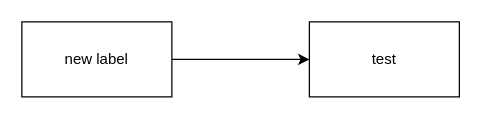
Earlier version of the draw.io diagram page "Page-1" (1 of 2) of paging-test-1 copy 46.drawio (alderg/sandbox). Source tidied: cells renumbered, new cells numbered last; positions are measured from the earlier drawing's top-left corner, leaving out a move shared by most shapes. Both pictures are drawn from the tidied source at 125%, with x=0, y=0 at pixel (21, 21).
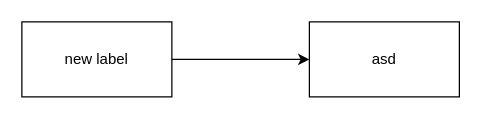
The same page after the edit.

What changed in the source:
```diff
@@
 <mxGraphModel>
   <root>
     <mxCell id="0" />
     <mxCell id="1" parent="0" />
     <mxCell id="2" style="edgeStyle=orthogonalEdgeStyle;rounded=0;jettySize=auto;html=1;" parent="1" edge="1" source="3" target="4">
       <mxGeometry relative="1" as="geometry" />
     </mxCell>
     <mxCell id="3" value="new label" style="rounded=0;whiteSpace=wrap;html=1;" parent="1" vertex="1">
       <mxGeometry width="120" height="60" as="geometry" />
     </mxCell>
-    <mxCell id="4" value="test" style="rounded=0;whiteSpace=wrap;html=1;" parent="1" vertex="1">
+    <mxCell id="4" value="asd" style="rounded=0;whiteSpace=wrap;html=1;" parent="1" vertex="1">
       <mxGeometry x="230" width="120" height="60" as="geometry" />
     </mxCell>
   </root>
 </mxGraphModel>
```
